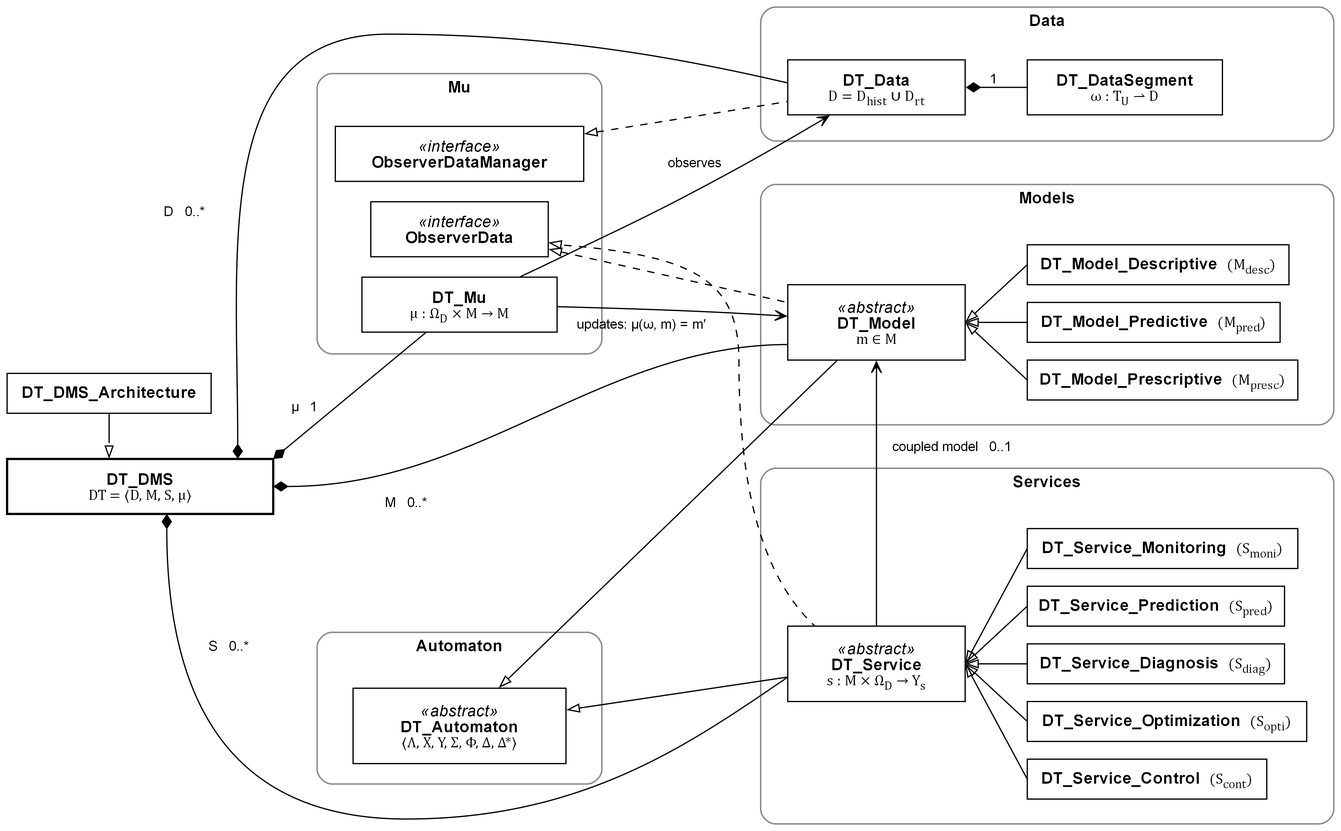
Above: Java/docs/DT_DMS_Overview_bw.png in zeeshanali0001/DT_DMS (Graphviz), before the change. Its source is kept beside it as Java/docs/DT_DMS_Overview_bw.dot. Source of this version:
```dot
digraph DT_DMS_Overview_bw {
  graph [splines=true, fontname="Arial", margin=0, pad=0.08, bgcolor=white, outputorder=edgesfirst];
  node  [shape=box, style=filled, fillcolor=white, color=black, fontname="Arial", fontsize=13, fixedsize=true, height=0.62];
  edge  [fontname="Arial", fontsize=11, arrowsize=0.9, color=black, fontcolor=black];

  DT_DMS_Architecture [pos="1.25,5.25!", width=2.3, height=0.45, label=<<b>DT_DMS_Architecture</b>>];
  DT_DMS [pos="1.6,4.2!", width=3.0, penwidth=1.8,
          label=<<b>DT_DMS</b><br/><font face="Cambria Math" point-size="12">DT = ⟨D, M, S, μ⟩</font>>];

  subgraph cluster_mu {
    label=<<b>Mu</b>>; labelloc=t; fontname="Arial"; fontsize=13; style="rounded"; color=gray55; penwidth=1.2;
    mu_a [pos="3.6,5.7!", shape=point, width=0.01, style=invis];
    mu_b [pos="6.8,8.85!", shape=point, width=0.01, style=invis];
    ObserverDataManager [pos="5.2,7.95!", width=2.8, label=<<i>«interface»</i><br/><b>ObserverDataManager</b>>];
    DT_Mu [pos="5.2,6.25!", width=2.2,
           label=<<b>DT_Mu</b><br/><font face="Cambria Math" point-size="12">μ : Ω<sub>D</sub> × M → M</font>>];
    ObserverData [pos="5.2,7.1!", width=2.0, label=<<i>«interface»</i><br/><b>ObserverData</b>>];
  }

  subgraph cluster_automaton {
    label=<<b>Automaton</b>>; labelloc=t; fontname="Arial"; fontsize=13; style="rounded"; color=gray55; penwidth=1.2;
    au_a [pos="3.6,0.85!", shape=point, width=0.01, style=invis];
    au_b [pos="6.8,2.55!", shape=point, width=0.01, style=invis];
    DT_Automaton [pos="5.2,1.5!", width=2.4, height=0.85,
                  label=<<i>«abstract»</i><br/><b>DT_Automaton</b><br/><font face="Cambria Math" point-size="12">⟨Λ, X, Y, Σ, Φ, Δ, Δ*⟩</font>>];
  }


  subgraph cluster_data {
    label=<<b>Data</b>>; labelloc=t; fontname="Arial"; fontsize=13; style="rounded"; color=gray55; penwidth=1.2;
    da_a [pos="8.6,8.1!", shape=point, width=0.01, style=invis];
    da_b [pos="15.05,9.6!", shape=point, width=0.01, style=invis];
    DT_Data [pos="9.9,8.7!", width=2.0,
             label=<<b>DT_Data</b><br/><font face="Cambria Math" point-size="12">D = D<sub>hist</sub> ∪ D<sub>rt</sub></font>>];
    DT_DataSegment [pos="12.7,8.7!", width=2.2,
                    label=<<b>DT_DataSegment</b><br/><font face="Cambria Math" point-size="12">ω : T<sub>U</sub> ⇀ D</font>>];
  }

  subgraph cluster_models {
    label=<<b>Models</b>>; labelloc=t; fontname="Arial"; fontsize=13; style="rounded"; color=gray55; penwidth=1.2;
    mo_a [pos="8.6,4.9!", shape=point, width=0.01, style=invis];
    mo_b [pos="15.05,7.6!", shape=point, width=0.01, style=invis];
    DT_Model [pos="9.9,6.05!", width=2.0, height=0.85,
              label=<<i>«abstract»</i><br/><b>DT_Model</b><br/><font face="Cambria Math" point-size="12">m ∈ M</font>>];
    DT_Model_Descriptive  [pos="13.075,6.7!",  width=2.95, height=0.45, label=<<b>DT_Model_Descriptive</b>  <font face="Cambria Math" point-size="12">(M<sub>desc</sub>)</font>>];
    DT_Model_Predictive   [pos="13.025,6.05!", width=2.85, height=0.45, label=<<b>DT_Model_Predictive</b>  <font face="Cambria Math" point-size="12">(M<sub>pred</sub>)</font>>];
    DT_Model_Prescriptive [pos="13.125,5.4!",  width=3.05, height=0.45, label=<<b>DT_Model_Prescriptive</b>  <font face="Cambria Math" point-size="12">(M<sub>presc</sub>)</font>>];
  }

  subgraph cluster_services {
    label=<<b>Services</b>>; labelloc=t; fontname="Arial"; fontsize=13; style="rounded"; color=gray55; penwidth=1.2;
    se_a [pos="8.6,0.4!", shape=point, width=0.01, style=invis];
    se_b [pos="15.05,4.4!", shape=point, width=0.01, style=invis];
    DT_Service [pos="9.9,2.2!", width=2.0, height=0.85,
                label=<<i>«abstract»</i><br/><b>DT_Service</b><br/><font face="Cambria Math" point-size="12">s : M × Ω<sub>D</sub> → Y<sub>s</sub></font>>];
    DT_Service_Monitoring   [pos="13.125,3.5!",  width=3.05, height=0.45, label=<<b>DT_Service_Monitoring</b>  <font face="Cambria Math" point-size="12">(S<sub>moni</sub>)</font>>];
    DT_Service_Prediction   [pos="13.05,2.85!",  width=2.9,  height=0.45, label=<<b>DT_Service_Prediction</b>  <font face="Cambria Math" point-size="12">(S<sub>pred</sub>)</font>>];
    DT_Service_Diagnosis    [pos="13.05,2.2!",   width=2.9,  height=0.45, label=<<b>DT_Service_Diagnosis</b>  <font face="Cambria Math" point-size="12">(S<sub>diag</sub>)</font>>];
    DT_Service_Optimization [pos="13.175,1.55!", width=3.15, height=0.45, label=<<b>DT_Service_Optimization</b>  <font face="Cambria Math" point-size="12">(S<sub>opti</sub>)</font>>];
    DT_Service_Control      [pos="12.95,0.9!",   width=2.7,  height=0.45, label=<<b>DT_Service_Control</b>  <font face="Cambria Math" point-size="12">(S<sub>cont</sub>)</font>>];
  }

  edge [dir=back, arrowtail=onormal, style=solid];
  DT_DMS -> DT_DMS_Architecture [id=edgeA];
  DT_Automaton -> DT_Model;
  DT_Automaton -> DT_Service;
  DT_Model -> DT_Model_Descriptive   [tailport=e, headport=w];
  DT_Model -> DT_Model_Predictive    [tailport=e, headport=w];
  DT_Model -> DT_Model_Prescriptive  [tailport=e, headport=w];
  DT_Service -> DT_Service_Monitoring    [tailport=e, headport=w];
  DT_Service -> DT_Service_Prediction    [tailport=e, headport=w];
  DT_Service -> DT_Service_Diagnosis     [tailport=e, headport=w];
  DT_Service -> DT_Service_Optimization  [tailport=e, headport=w];
  DT_Service -> DT_Service_Control       [tailport=e, headport=w];

  edge [dir=back, arrowtail=onormal, style=dashed];
  ObserverData -> DT_Model;
  ObserverData -> DT_Service [id=edgeI];
  ObserverDataManager -> DT_Data;

  edge [dir=back, arrowtail=diamond, style=solid];
  DT_DMS -> DT_Data    [id=edgeD];
  DT_DMS -> DT_Model   [id=edgeM];
  DT_DMS -> DT_Service [id=edgeS];
  DT_DMS -> DT_Mu [tailport=ne];
  DT_Data -> DT_DataSegment [label="1"];

  edge [dir=forward, arrowhead=vee, arrowtail=none, style=solid];
  DT_Service -> DT_Model;
  DT_Mu -> DT_Data;
  DT_Mu -> DT_Model;

  node [shape=plaintext, style="", fixedsize=false, width=0, height=0, margin=0, fontsize=11];
  lD   [pos="2.1,7.3!",  label="D   0..*"];
  lMu  [pos="3.45,5.1!", label="μ   1"];
  lM   [pos="4.6,4.02!", label="M   0..*"];
  lS   [pos="2.6,2.4!",  label="S   0..*"];
  lObs [pos="7.85,7.85!", label="observes"];
  lUpd [pos="7.25,6.03!", label=<updates: μ(ω, m) = m′>];
  lCpl [pos="10.75,4.65!", label="coupled model   0..1"];
}
```
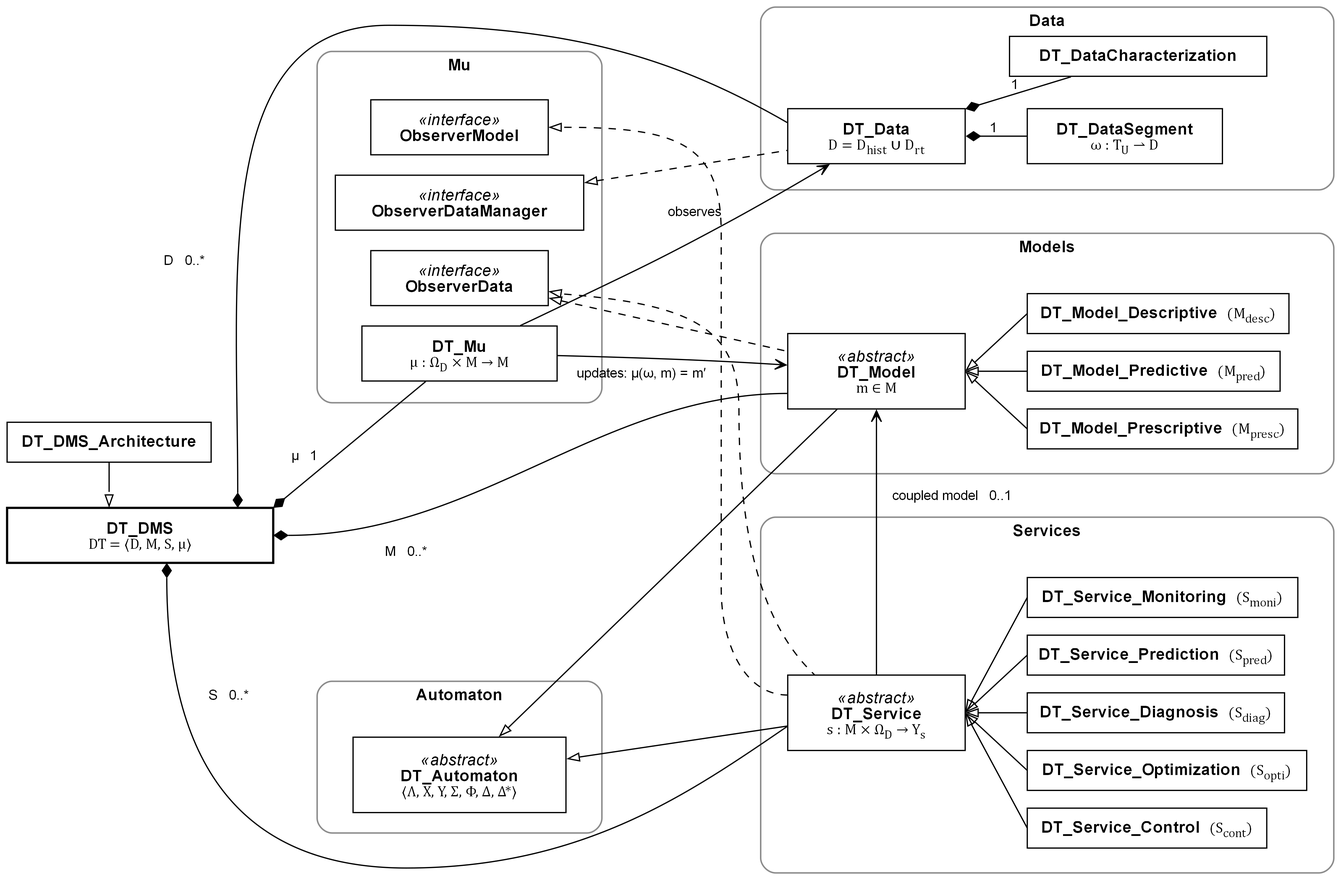
After the commit.

What changed in the source:
```diff
@@ -10,7 +10,8 @@
   subgraph cluster_mu {
     label=<<b>Mu</b>>; labelloc=t; fontname="Arial"; fontsize=13; style="rounded"; color=gray55; penwidth=1.2;
     mu_a [pos="3.6,5.7!", shape=point, width=0.01, style=invis];
-    mu_b [pos="6.8,8.85!", shape=point, width=0.01, style=invis];
+    mu_b [pos="6.8,9.65!", shape=point, width=0.01, style=invis];
+    ObserverModel [pos="5.2,8.8!", width=2.0, label=<<i>«interface»</i><br/><b>ObserverModel</b>>];
     ObserverDataManager [pos="5.2,7.95!", width=2.8, label=<<i>«interface»</i><br/><b>ObserverDataManager</b>>];
     DT_Mu [pos="5.2,6.25!", width=2.2,
            label=<<b>DT_Mu</b><br/><font face="Cambria Math" point-size="12">μ : Ω<sub>D</sub> × M → M</font>>];
@@ -29,11 +30,12 @@
   subgraph cluster_data {
     label=<<b>Data</b>>; labelloc=t; fontname="Arial"; fontsize=13; style="rounded"; color=gray55; penwidth=1.2;
     da_a [pos="8.6,8.1!", shape=point, width=0.01, style=invis];
-    da_b [pos="15.05,9.6!", shape=point, width=0.01, style=invis];
+    da_b [pos="15.05,10.15!", shape=point, width=0.01, style=invis];
     DT_Data [pos="9.9,8.7!", width=2.0,
              label=<<b>DT_Data</b><br/><font face="Cambria Math" point-size="12">D = D<sub>hist</sub> ∪ D<sub>rt</sub></font>>];
     DT_DataSegment [pos="12.7,8.7!", width=2.2,
                     label=<<b>DT_DataSegment</b><br/><font face="Cambria Math" point-size="12">ω : T<sub>U</sub> ⇀ D</font>>];
+    DT_DataCharacterization [pos="12.85,9.6!", width=2.9, height=0.45, label=<<b>DT_DataCharacterization</b>>];
   }
 
   subgraph cluster_models {
@@ -77,6 +79,7 @@
   ObserverData -> DT_Model;
   ObserverData -> DT_Service [id=edgeI];
   ObserverDataManager -> DT_Data;
+  ObserverModel -> DT_Service [id=edgeO];
 
   edge [dir=back, arrowtail=diamond, style=solid];
   DT_DMS -> DT_Data    [id=edgeD];
@@ -84,6 +87,7 @@
   DT_DMS -> DT_Service [id=edgeS];
   DT_DMS -> DT_Mu [tailport=ne];
   DT_Data -> DT_DataSegment [label="1"];
+  DT_Data -> DT_DataCharacterization [label="1"];
 
   edge [dir=forward, arrowhead=vee, arrowtail=none, style=solid];
   DT_Service -> DT_Model;
```
